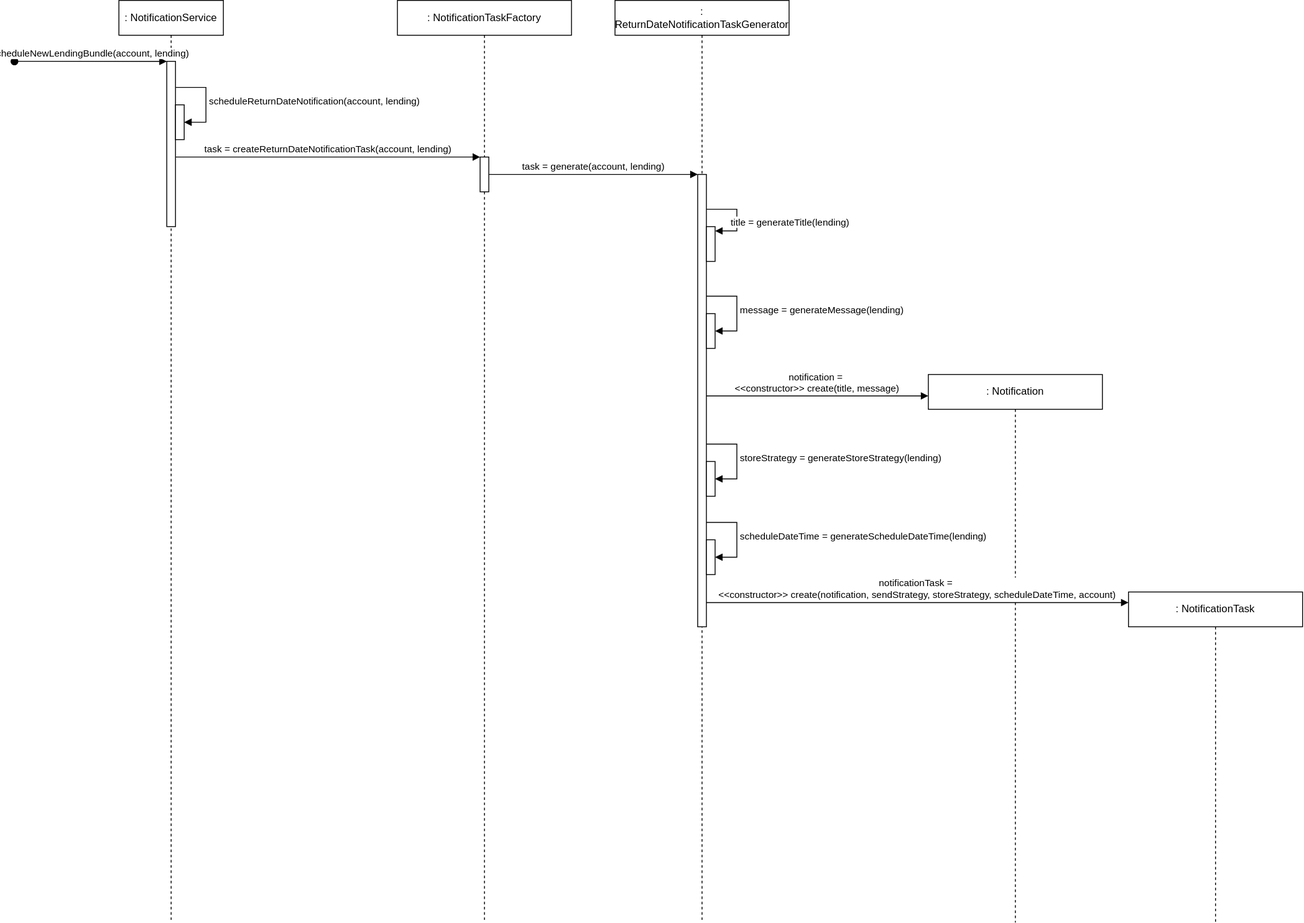
Earlier version of the draw.io export documents/sequence-diagrams/notifications/schedule-new-lending-bundle.drawio.svg (pieter-groenendijk/oose-library-management-system). Source tidied: cells renumbered, new cells last; positions are measured from the earlier drawing's top-left corner, leaving out a move shared by most shapes. Source of this version:
```xml
<mxGraphModel>
  <root>
    <mxCell id="0" />
    <mxCell id="1" parent="0" />
    <mxCell id="2" value=": NotificationService" style="shape=umlLifeline;perimeter=lifelinePerimeter;whiteSpace=wrap;html=1;newEdgeStyle={&quot;edgeStyle&quot;:&quot;elbowEdgeStyle&quot;,&quot;elbow&quot;:&quot;vertical&quot;,&quot;curved&quot;:0,&quot;rounded&quot;:0};" parent="1" vertex="1">
      <mxGeometry x="120" width="120" height="1060" as="geometry" />
    </mxCell>
    <mxCell id="3" style="html=1;points=[];perimeter=orthogonalPerimeter;outlineConnect=0;targetShapes=umlLifeline;portConstraint=eastwest;newEdgeStyle={&quot;edgeStyle&quot;:&quot;elbowEdgeStyle&quot;,&quot;elbow&quot;:&quot;vertical&quot;,&quot;curved&quot;:0,&quot;rounded&quot;:0};" parent="2" vertex="1">
      <mxGeometry x="55" y="70" width="10" height="190" as="geometry" />
    </mxCell>
    <mxCell id="4" value="scheduleNewLendingBundle(account, lending)" style="html=1;verticalAlign=bottom;startArrow=oval;endArrow=block;startSize=8;edgeStyle=elbowEdgeStyle;elbow=vertical;curved=0;rounded=0;" parent="2" edge="1" target="3">
      <mxGeometry relative="1" as="geometry">
        <mxPoint x="-120" y="70" as="sourcePoint" />
      </mxGeometry>
    </mxCell>
    <mxCell id="5" style="html=1;points=[[0,0,0,0,5],[0,1,0,0,-5],[1,0,0,0,5],[1,1,0,0,-5]];perimeter=orthogonalPerimeter;outlineConnect=0;targetShapes=umlLifeline;portConstraint=eastwest;newEdgeStyle={&quot;curved&quot;:0,&quot;rounded&quot;:0};" parent="2" vertex="1">
      <mxGeometry x="65" y="120" width="10" height="40" as="geometry" />
    </mxCell>
    <mxCell id="6" value="scheduleReturnDateNotification(account, lending)" style="html=1;align=left;spacingLeft=2;endArrow=block;rounded=0;edgeStyle=orthogonalEdgeStyle;curved=0;rounded=0;" parent="2" edge="1" source="3" target="5">
      <mxGeometry relative="1" as="geometry">
        <Array as="points">
          <mxPoint x="100" y="100" />
          <mxPoint x="100" y="140" />
        </Array>
      </mxGeometry>
    </mxCell>
    <mxCell id="7" value=": NotificationTaskFactory" style="shape=umlLifeline;perimeter=lifelinePerimeter;whiteSpace=wrap;html=1;newEdgeStyle={&quot;edgeStyle&quot;:&quot;elbowEdgeStyle&quot;,&quot;elbow&quot;:&quot;vertical&quot;,&quot;curved&quot;:0,&quot;rounded&quot;:0};" parent="1" vertex="1">
      <mxGeometry x="440" width="200" height="1060" as="geometry" />
    </mxCell>
    <mxCell id="8" style="html=1;points=[];perimeter=orthogonalPerimeter;outlineConnect=0;targetShapes=umlLifeline;portConstraint=eastwest;newEdgeStyle={&quot;edgeStyle&quot;:&quot;elbowEdgeStyle&quot;,&quot;elbow&quot;:&quot;vertical&quot;,&quot;curved&quot;:0,&quot;rounded&quot;:0};" parent="7" vertex="1">
      <mxGeometry x="95" y="180" width="10" height="40" as="geometry" />
    </mxCell>
    <mxCell id="9" value="task = createReturnDateNotificationTask(account, lending)" style="html=1;verticalAlign=bottom;endArrow=block;curved=0;rounded=0;" parent="1" edge="1" source="3" target="8">
      <mxGeometry relative="1" as="geometry">
        <Array as="points">
          <mxPoint x="380" y="180" />
        </Array>
      </mxGeometry>
    </mxCell>
    <mxCell id="10" value=": ReturnDateNotificationTaskGenerator" style="shape=umlLifeline;perimeter=lifelinePerimeter;whiteSpace=wrap;html=1;newEdgeStyle={&quot;edgeStyle&quot;:&quot;elbowEdgeStyle&quot;,&quot;elbow&quot;:&quot;vertical&quot;,&quot;curved&quot;:0,&quot;rounded&quot;:0};" parent="1" vertex="1">
      <mxGeometry x="690" width="200" height="1060" as="geometry" />
    </mxCell>
    <mxCell id="11" style="html=1;points=[];perimeter=orthogonalPerimeter;outlineConnect=0;targetShapes=umlLifeline;portConstraint=eastwest;newEdgeStyle={&quot;edgeStyle&quot;:&quot;elbowEdgeStyle&quot;,&quot;elbow&quot;:&quot;vertical&quot;,&quot;curved&quot;:0,&quot;rounded&quot;:0};" parent="10" vertex="1">
      <mxGeometry x="95" y="200" width="10" height="520" as="geometry" />
    </mxCell>
    <mxCell id="12" style="html=1;points=[[0,0,0,0,5],[0,1,0,0,-5],[1,0,0,0,5],[1,1,0,0,-5]];perimeter=orthogonalPerimeter;outlineConnect=0;targetShapes=umlLifeline;portConstraint=eastwest;newEdgeStyle={&quot;curved&quot;:0,&quot;rounded&quot;:0};" parent="10" vertex="1">
      <mxGeometry x="105" y="260" width="10" height="40" as="geometry" />
    </mxCell>
    <mxCell id="13" style="html=1;align=left;spacingLeft=2;endArrow=block;rounded=0;edgeStyle=orthogonalEdgeStyle;curved=0;rounded=0;" parent="10" edge="1" source="11" target="12">
      <mxGeometry relative="1" as="geometry">
        <Array as="points">
          <mxPoint x="140" y="240" />
          <mxPoint x="140" y="265" />
        </Array>
      </mxGeometry>
    </mxCell>
    <mxCell id="14" value="title = generateTitle(lending)" style="edgeLabel;html=1;align=center;verticalAlign=middle;" parent="13" vertex="1">
      <mxGeometry x="0.25" y="1" relative="1" as="geometry">
        <mxPoint x="59" y="-3" as="offset" />
      </mxGeometry>
    </mxCell>
    <mxCell id="15" style="html=1;points=[[0,0,0,0,5],[0,1,0,0,-5],[1,0,0,0,5],[1,1,0,0,-5]];perimeter=orthogonalPerimeter;outlineConnect=0;targetShapes=umlLifeline;portConstraint=eastwest;newEdgeStyle={&quot;curved&quot;:0,&quot;rounded&quot;:0};" parent="10" vertex="1">
      <mxGeometry x="105" y="360" width="10" height="40" as="geometry" />
    </mxCell>
    <mxCell id="16" value="message = generateMessage(lending)" style="html=1;align=left;spacingLeft=2;endArrow=block;rounded=0;edgeStyle=orthogonalEdgeStyle;curved=0;rounded=0;" parent="10" edge="1" source="11" target="15">
      <mxGeometry relative="1" as="geometry">
        <Array as="points">
          <mxPoint x="140" y="340" />
          <mxPoint x="140" y="380" />
        </Array>
      </mxGeometry>
    </mxCell>
    <mxCell id="17" style="html=1;points=[[0,0,0,0,5],[0,1,0,0,-5],[1,0,0,0,5],[1,1,0,0,-5]];perimeter=orthogonalPerimeter;outlineConnect=0;targetShapes=umlLifeline;portConstraint=eastwest;newEdgeStyle={&quot;curved&quot;:0,&quot;rounded&quot;:0};" parent="10" vertex="1">
      <mxGeometry x="105" y="530" width="10" height="40" as="geometry" />
    </mxCell>
    <mxCell id="18" value="storeStrategy = generateStoreStrategy(lending)" style="html=1;align=left;spacingLeft=2;endArrow=block;rounded=0;edgeStyle=orthogonalEdgeStyle;curved=0;rounded=0;" parent="10" edge="1" target="17">
      <mxGeometry relative="1" as="geometry">
        <mxPoint x="105" y="510" as="sourcePoint" />
        <Array as="points">
          <mxPoint x="140" y="510" />
          <mxPoint x="140" y="550" />
        </Array>
      </mxGeometry>
    </mxCell>
    <mxCell id="19" style="html=1;points=[[0,0,0,0,5],[0,1,0,0,-5],[1,0,0,0,5],[1,1,0,0,-5]];perimeter=orthogonalPerimeter;outlineConnect=0;targetShapes=umlLifeline;portConstraint=eastwest;newEdgeStyle={&quot;curved&quot;:0,&quot;rounded&quot;:0};" parent="10" vertex="1">
      <mxGeometry x="105" y="620" width="10" height="40" as="geometry" />
    </mxCell>
    <mxCell id="20" value="scheduleDateTime = generateScheduleDateTime(lending)" style="html=1;align=left;spacingLeft=2;endArrow=block;rounded=0;edgeStyle=orthogonalEdgeStyle;curved=0;rounded=0;" parent="10" edge="1" target="19">
      <mxGeometry relative="1" as="geometry">
        <mxPoint x="105" y="600" as="sourcePoint" />
        <Array as="points">
          <mxPoint x="140" y="600" />
          <mxPoint x="140" y="640" />
        </Array>
      </mxGeometry>
    </mxCell>
    <mxCell id="21" value="task = generate(account, lending)" style="html=1;verticalAlign=bottom;endArrow=block;curved=0;rounded=0;" parent="1" edge="1" source="8" target="11">
      <mxGeometry relative="1" as="geometry">
        <Array as="points">
          <mxPoint x="740" y="200" />
        </Array>
      </mxGeometry>
    </mxCell>
    <mxCell id="22" value=": Notification" style="shape=umlLifeline;perimeter=lifelinePerimeter;whiteSpace=wrap;html=1;outlineConnect=0;portConstraint=eastwest;newEdgeStyle={&quot;edgeStyle&quot;:&quot;elbowEdgeStyle&quot;,&quot;elbow&quot;:&quot;vertical&quot;,&quot;curved&quot;:0,&quot;rounded&quot;:0};" parent="1" vertex="1">
      <mxGeometry x="1050" y="430" width="200" height="630" as="geometry" />
    </mxCell>
    <mxCell id="23" value="&lt;div&gt;notification =&amp;nbsp;&lt;/div&gt;&lt;div&gt;&amp;lt;&amp;lt;constructor&amp;gt;&amp;gt; create(title, message) &lt;/div&gt;" style="html=1;verticalAlign=bottom;endArrow=block;curved=0;rounded=0;entryX=0;entryY=0.039;entryDx=0;entryDy=0;entryPerimeter=0;" parent="1" edge="1" source="11" target="22">
      <mxGeometry relative="1" as="geometry" />
    </mxCell>
    <mxCell id="24" value=": NotificationTask" style="shape=umlLifeline;perimeter=lifelinePerimeter;whiteSpace=wrap;html=1;outlineConnect=0;portConstraint=eastwest;newEdgeStyle={&quot;edgeStyle&quot;:&quot;elbowEdgeStyle&quot;,&quot;elbow&quot;:&quot;vertical&quot;,&quot;curved&quot;:0,&quot;rounded&quot;:0};" parent="1" vertex="1">
      <mxGeometry x="1280" y="680" width="200" height="380" as="geometry" />
    </mxCell>
    <mxCell id="25" value="&lt;div&gt;notificationTask =&amp;nbsp;&lt;/div&gt;&lt;div&gt;&amp;lt;&amp;lt;constructor&amp;gt;&amp;gt; create(notification, sendStrategy, storeStrategy, scheduleDateTime, account)&lt;/div&gt;" style="html=1;verticalAlign=bottom;endArrow=block;curved=0;rounded=0;entryX=0;entryY=0.032;entryDx=0;entryDy=0;entryPerimeter=0;" parent="1" edge="1" source="11" target="24">
      <mxGeometry relative="1" as="geometry" />
    </mxCell>
  </root>
</mxGraphModel>
```
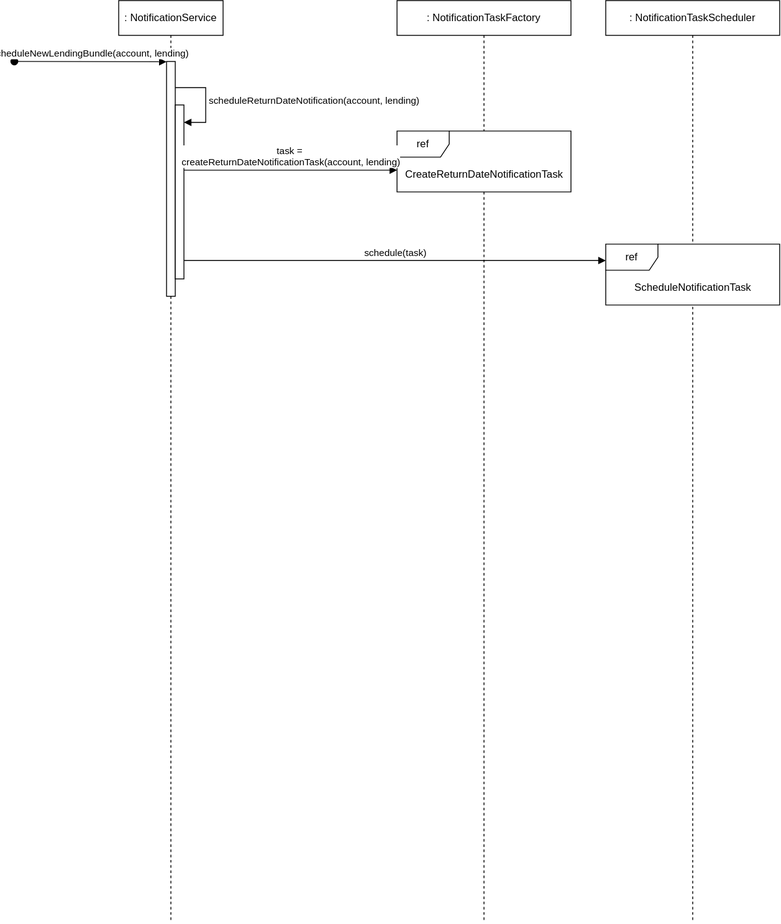
The same file after the commit.

Commit message:
Made sequence diagrams for most important tasks

Change to the diagram source:
```diff
@@ -6,7 +6,7 @@
       <mxGeometry x="120" width="120" height="1060" as="geometry" />
     </mxCell>
     <mxCell id="3" style="html=1;points=[];perimeter=orthogonalPerimeter;outlineConnect=0;targetShapes=umlLifeline;portConstraint=eastwest;newEdgeStyle={&quot;edgeStyle&quot;:&quot;elbowEdgeStyle&quot;,&quot;elbow&quot;:&quot;vertical&quot;,&quot;curved&quot;:0,&quot;rounded&quot;:0};" parent="2" vertex="1">
-      <mxGeometry x="55" y="70" width="10" height="190" as="geometry" />
+      <mxGeometry x="55" y="70" width="10" height="270" as="geometry" />
     </mxCell>
     <mxCell id="4" value="scheduleNewLendingBundle(account, lending)" style="html=1;verticalAlign=bottom;startArrow=oval;endArrow=block;startSize=8;edgeStyle=elbowEdgeStyle;elbow=vertical;curved=0;rounded=0;" parent="2" edge="1" target="3">
       <mxGeometry relative="1" as="geometry">
@@ -14,7 +14,7 @@
       </mxGeometry>
     </mxCell>
     <mxCell id="5" style="html=1;points=[[0,0,0,0,5],[0,1,0,0,-5],[1,0,0,0,5],[1,1,0,0,-5]];perimeter=orthogonalPerimeter;outlineConnect=0;targetShapes=umlLifeline;portConstraint=eastwest;newEdgeStyle={&quot;curved&quot;:0,&quot;rounded&quot;:0};" parent="2" vertex="1">
-      <mxGeometry x="65" y="120" width="10" height="40" as="geometry" />
+      <mxGeometry x="65" y="120" width="10" height="200" as="geometry" />
     </mxCell>
     <mxCell id="6" value="scheduleReturnDateNotification(account, lending)" style="html=1;align=left;spacingLeft=2;endArrow=block;rounded=0;edgeStyle=orthogonalEdgeStyle;curved=0;rounded=0;" parent="2" edge="1" source="3" target="5">
       <mxGeometry relative="1" as="geometry">
@@ -27,91 +27,26 @@
     <mxCell id="7" value=": NotificationTaskFactory" style="shape=umlLifeline;perimeter=lifelinePerimeter;whiteSpace=wrap;html=1;newEdgeStyle={&quot;edgeStyle&quot;:&quot;elbowEdgeStyle&quot;,&quot;elbow&quot;:&quot;vertical&quot;,&quot;curved&quot;:0,&quot;rounded&quot;:0};" parent="1" vertex="1">
       <mxGeometry x="440" width="200" height="1060" as="geometry" />
     </mxCell>
-    <mxCell id="8" style="html=1;points=[];perimeter=orthogonalPerimeter;outlineConnect=0;targetShapes=umlLifeline;portConstraint=eastwest;newEdgeStyle={&quot;edgeStyle&quot;:&quot;elbowEdgeStyle&quot;,&quot;elbow&quot;:&quot;vertical&quot;,&quot;curved&quot;:0,&quot;rounded&quot;:0};" parent="7" vertex="1">
-      <mxGeometry x="95" y="180" width="10" height="40" as="geometry" />
-    </mxCell>
+    <mxCell id="26" value="ref" style="shape=umlFrame;whiteSpace=wrap;html=1;fillColor=default;swimlaneFillColor=default;" parent="1" vertex="1">
+      <mxGeometry x="440" y="150" width="200" height="70" as="geometry" />
+    </mxCell>
+    <mxCell id="27" value="CreateReturnDateNotificationTask" style="text;html=1;align=center;verticalAlign=middle;strokeColor=none;fillColor=none;" parent="1" vertex="1">
+      <mxGeometry x="445" y="185" width="190" height="30" as="geometry" />
+    </mxCell>
-    <mxCell id="9" value="task = createReturnDateNotificationTask(account, lending)" style="html=1;verticalAlign=bottom;endArrow=block;curved=0;rounded=0;" parent="1" edge="1" source="3" target="8">
-      <mxGeometry relative="1" as="geometry">
-        <Array as="points">
-          <mxPoint x="380" y="180" />
-        </Array>
-      </mxGeometry>
+    <mxCell id="9" value="&lt;div&gt;task =&amp;nbsp;&lt;/div&gt;&lt;div&gt;createReturnDateNotificationTask(account, lending)&lt;/div&gt;" style="html=1;verticalAlign=bottom;endArrow=block;curved=0;rounded=0;" parent="1" edge="1" source="5" target="26">
+      <mxGeometry relative="1" as="geometry" />
     </mxCell>
-    <mxCell id="10" value=": ReturnDateNotificationTaskGenerator" style="shape=umlLifeline;perimeter=lifelinePerimeter;whiteSpace=wrap;html=1;newEdgeStyle={&quot;edgeStyle&quot;:&quot;elbowEdgeStyle&quot;,&quot;elbow&quot;:&quot;vertical&quot;,&quot;curved&quot;:0,&quot;rounded&quot;:0};" parent="1" vertex="1">
-      <mxGeometry x="690" width="200" height="1060" as="geometry" />
-    </mxCell>
-    <mxCell id="11" style="html=1;points=[];perimeter=orthogonalPerimeter;outlineConnect=0;targetShapes=umlLifeline;portConstraint=eastwest;newEdgeStyle={&quot;edgeStyle&quot;:&quot;elbowEdgeStyle&quot;,&quot;elbow&quot;:&quot;vertical&quot;,&quot;curved&quot;:0,&quot;rounded&quot;:0};" parent="10" vertex="1">
-      <mxGeometry x="95" y="200" width="10" height="520" as="geometry" />
-    </mxCell>
-    <mxCell id="12" style="html=1;points=[[0,0,0,0,5],[0,1,0,0,-5],[1,0,0,0,5],[1,1,0,0,-5]];perimeter=orthogonalPerimeter;outlineConnect=0;targetShapes=umlLifeline;portConstraint=eastwest;newEdgeStyle={&quot;curved&quot;:0,&quot;rounded&quot;:0};" parent="10" vertex="1">
-      <mxGeometry x="105" y="260" width="10" height="40" as="geometry" />
-    </mxCell>
-    <mxCell id="13" style="html=1;align=left;spacingLeft=2;endArrow=block;rounded=0;edgeStyle=orthogonalEdgeStyle;curved=0;rounded=0;" parent="10" edge="1" source="11" target="12">
-      <mxGeometry relative="1" as="geometry">
-        <Array as="points">
-          <mxPoint x="140" y="240" />
-          <mxPoint x="140" y="265" />
-        </Array>
-      </mxGeometry>
-    </mxCell>
-    <mxCell id="14" value="title = generateTitle(lending)" style="edgeLabel;html=1;align=center;verticalAlign=middle;" parent="13" vertex="1">
-      <mxGeometry x="0.25" y="1" relative="1" as="geometry">
-        <mxPoint x="59" y="-3" as="offset" />
-      </mxGeometry>
-    </mxCell>
-    <mxCell id="15" style="html=1;points=[[0,0,0,0,5],[0,1,0,0,-5],[1,0,0,0,5],[1,1,0,0,-5]];perimeter=orthogonalPerimeter;outlineConnect=0;targetShapes=umlLifeline;portConstraint=eastwest;newEdgeStyle={&quot;curved&quot;:0,&quot;rounded&quot;:0};" parent="10" vertex="1">
-      <mxGeometry x="105" y="360" width="10" height="40" as="geometry" />
-    </mxCell>
-    <mxCell id="16" value="message = generateMessage(lending)" style="html=1;align=left;spacingLeft=2;endArrow=block;rounded=0;edgeStyle=orthogonalEdgeStyle;curved=0;rounded=0;" parent="10" edge="1" source="11" target="15">
-      <mxGeometry relative="1" as="geometry">
-        <Array as="points">
-          <mxPoint x="140" y="340" />
-          <mxPoint x="140" y="380" />
-        </Array>
-      </mxGeometry>
-    </mxCell>
-    <mxCell id="17" style="html=1;points=[[0,0,0,0,5],[0,1,0,0,-5],[1,0,0,0,5],[1,1,0,0,-5]];perimeter=orthogonalPerimeter;outlineConnect=0;targetShapes=umlLifeline;portConstraint=eastwest;newEdgeStyle={&quot;curved&quot;:0,&quot;rounded&quot;:0};" parent="10" vertex="1">
-      <mxGeometry x="105" y="530" width="10" height="40" as="geometry" />
-    </mxCell>
-    <mxCell id="18" value="storeStrategy = generateStoreStrategy(lending)" style="html=1;align=left;spacingLeft=2;endArrow=block;rounded=0;edgeStyle=orthogonalEdgeStyle;curved=0;rounded=0;" parent="10" edge="1" target="17">
-      <mxGeometry relative="1" as="geometry">
-        <mxPoint x="105" y="510" as="sourcePoint" />
-        <Array as="points">
-          <mxPoint x="140" y="510" />
-          <mxPoint x="140" y="550" />
-        </Array>
-      </mxGeometry>
-    </mxCell>
-    <mxCell id="19" style="html=1;points=[[0,0,0,0,5],[0,1,0,0,-5],[1,0,0,0,5],[1,1,0,0,-5]];perimeter=orthogonalPerimeter;outlineConnect=0;targetShapes=umlLifeline;portConstraint=eastwest;newEdgeStyle={&quot;curved&quot;:0,&quot;rounded&quot;:0};" parent="10" vertex="1">
-      <mxGeometry x="105" y="620" width="10" height="40" as="geometry" />
-    </mxCell>
-    <mxCell id="20" value="scheduleDateTime = generateScheduleDateTime(lending)" style="html=1;align=left;spacingLeft=2;endArrow=block;rounded=0;edgeStyle=orthogonalEdgeStyle;curved=0;rounded=0;" parent="10" edge="1" target="19">
-      <mxGeometry relative="1" as="geometry">
-        <mxPoint x="105" y="600" as="sourcePoint" />
-        <Array as="points">
-          <mxPoint x="140" y="600" />
-          <mxPoint x="140" y="640" />
-        </Array>
-      </mxGeometry>
-    </mxCell>
-    <mxCell id="21" value="task = generate(account, lending)" style="html=1;verticalAlign=bottom;endArrow=block;curved=0;rounded=0;" parent="1" edge="1" source="8" target="11">
-      <mxGeometry relative="1" as="geometry">
-        <Array as="points">
-          <mxPoint x="740" y="200" />
-        </Array>
-      </mxGeometry>
-    </mxCell>
-    <mxCell id="22" value=": Notification" style="shape=umlLifeline;perimeter=lifelinePerimeter;whiteSpace=wrap;html=1;outlineConnect=0;portConstraint=eastwest;newEdgeStyle={&quot;edgeStyle&quot;:&quot;elbowEdgeStyle&quot;,&quot;elbow&quot;:&quot;vertical&quot;,&quot;curved&quot;:0,&quot;rounded&quot;:0};" parent="1" vertex="1">
-      <mxGeometry x="1050" y="430" width="200" height="630" as="geometry" />
-    </mxCell>
-    <mxCell id="23" value="&lt;div&gt;notification =&amp;nbsp;&lt;/div&gt;&lt;div&gt;&amp;lt;&amp;lt;constructor&amp;gt;&amp;gt; create(title, message) &lt;/div&gt;" style="html=1;verticalAlign=bottom;endArrow=block;curved=0;rounded=0;entryX=0;entryY=0.039;entryDx=0;entryDy=0;entryPerimeter=0;" parent="1" edge="1" source="11" target="22">
-      <mxGeometry relative="1" as="geometry" />
-    </mxCell>
-    <mxCell id="24" value=": NotificationTask" style="shape=umlLifeline;perimeter=lifelinePerimeter;whiteSpace=wrap;html=1;outlineConnect=0;portConstraint=eastwest;newEdgeStyle={&quot;edgeStyle&quot;:&quot;elbowEdgeStyle&quot;,&quot;elbow&quot;:&quot;vertical&quot;,&quot;curved&quot;:0,&quot;rounded&quot;:0};" parent="1" vertex="1">
-      <mxGeometry x="1280" y="680" width="200" height="380" as="geometry" />
-    </mxCell>
-    <mxCell id="25" value="&lt;div&gt;notificationTask =&amp;nbsp;&lt;/div&gt;&lt;div&gt;&amp;lt;&amp;lt;constructor&amp;gt;&amp;gt; create(notification, sendStrategy, storeStrategy, scheduleDateTime, account)&lt;/div&gt;" style="html=1;verticalAlign=bottom;endArrow=block;curved=0;rounded=0;entryX=0;entryY=0.032;entryDx=0;entryDy=0;entryPerimeter=0;" parent="1" edge="1" source="11" target="24">
-      <mxGeometry relative="1" as="geometry" />
-    </mxCell>
+    <mxCell id="28" value=": NotificationTaskScheduler" style="shape=umlLifeline;perimeter=lifelinePerimeter;whiteSpace=wrap;html=1;newEdgeStyle={&quot;edgeStyle&quot;:&quot;elbowEdgeStyle&quot;,&quot;elbow&quot;:&quot;vertical&quot;,&quot;curved&quot;:0,&quot;rounded&quot;:0};" parent="1" vertex="1">
+      <mxGeometry x="680" width="200" height="1060" as="geometry" />
+    </mxCell>
+    <mxCell id="29" value="schedule(task)" style="html=1;verticalAlign=bottom;endArrow=block;curved=0;rounded=0;" parent="1" edge="1" source="5" target="30">
+      <mxGeometry relative="1" as="geometry" />
+    </mxCell>
+    <mxCell id="30" value="ref" style="shape=umlFrame;whiteSpace=wrap;html=1;fillColor=default;swimlaneFillColor=default;" parent="1" vertex="1">
+      <mxGeometry x="680" y="280" width="200" height="70" as="geometry" />
+    </mxCell>
+    <mxCell id="31" value="ScheduleNotificationTask" style="text;html=1;align=center;verticalAlign=middle;strokeColor=none;fillColor=none;" parent="1" vertex="1">
+      <mxGeometry x="705" y="315" width="150" height="30" as="geometry" />
+    </mxCell>
   </root>
 </mxGraphModel>
```
